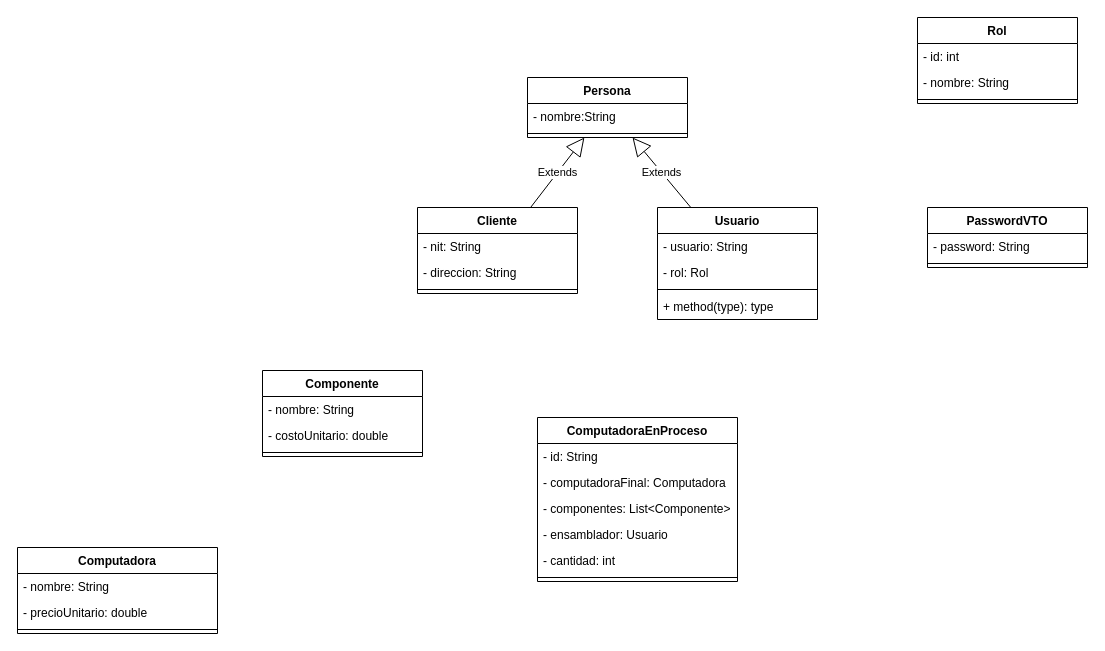
The draw.io diagram page "Clases" (1 of 2) of Documentación/La Computadora Feliz IPC2 1S 2025.drawio in Emahch/Proyecto-1-IPC2-S2-2025, before the edit. Source tidied: cells renumbered, new cells numbered last; positions are measured from the earlier drawing's top-left corner, leaving out a move shared by most shapes. Both pictures are drawn from the tidied source at 100%, with x=0, y=0 at pixel (17, 17).
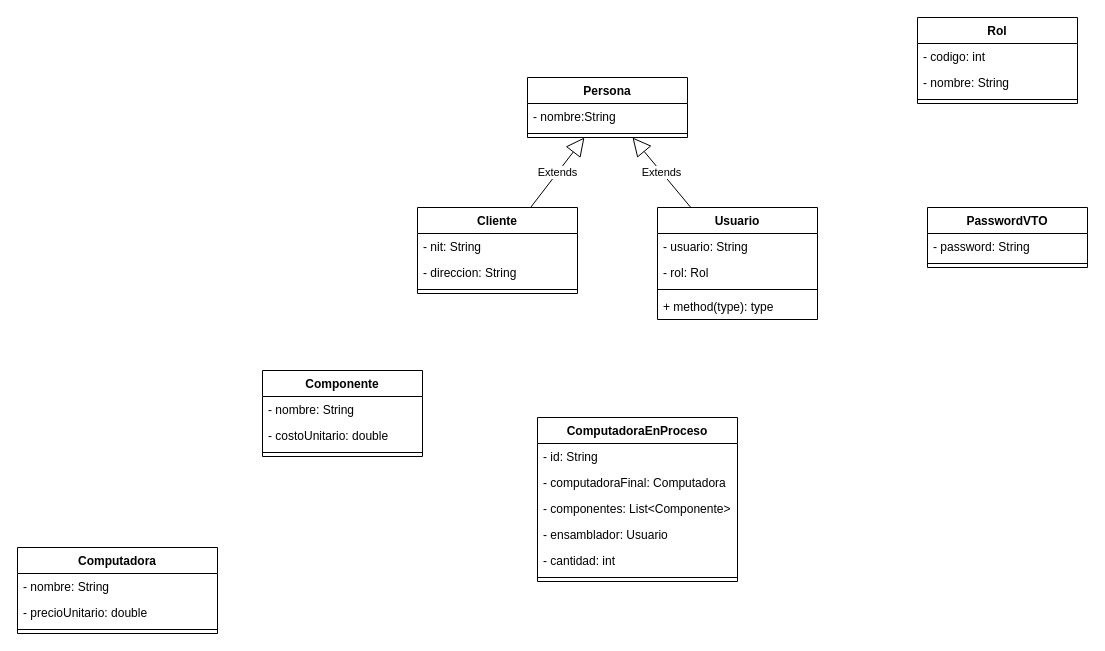
Above is the later version.

The change refers to these unchanged cells:
```xml
<mxCell id="18" value="Rol" style="swimlane;fontStyle=1;align=center;verticalAlign=top;horizontal=1;startSize=26;whiteSpace=wrap;html=1;" parent="1" vertex="1">
  <mxGeometry x="900" width="160" height="86" as="geometry" />
</mxCell>
```

What changed in the source:
```diff
@@
-    <mxCell id="19" value="- id: int" style="text;strokeColor=none;fillColor=none;align=left;verticalAlign=top;spacingLeft=4;spacingRight=4;overflow=hidden;whiteSpace=wrap;html=1;" parent="18" vertex="1">
+    <mxCell id="19" value="- codigo: int" style="text;strokeColor=none;fillColor=none;align=left;verticalAlign=top;spacingLeft=4;spacingRight=4;overflow=hidden;whiteSpace=wrap;html=1;" parent="18" vertex="1">
       <mxGeometry y="26" width="160" height="26" as="geometry" />
     </mxCell>
```
